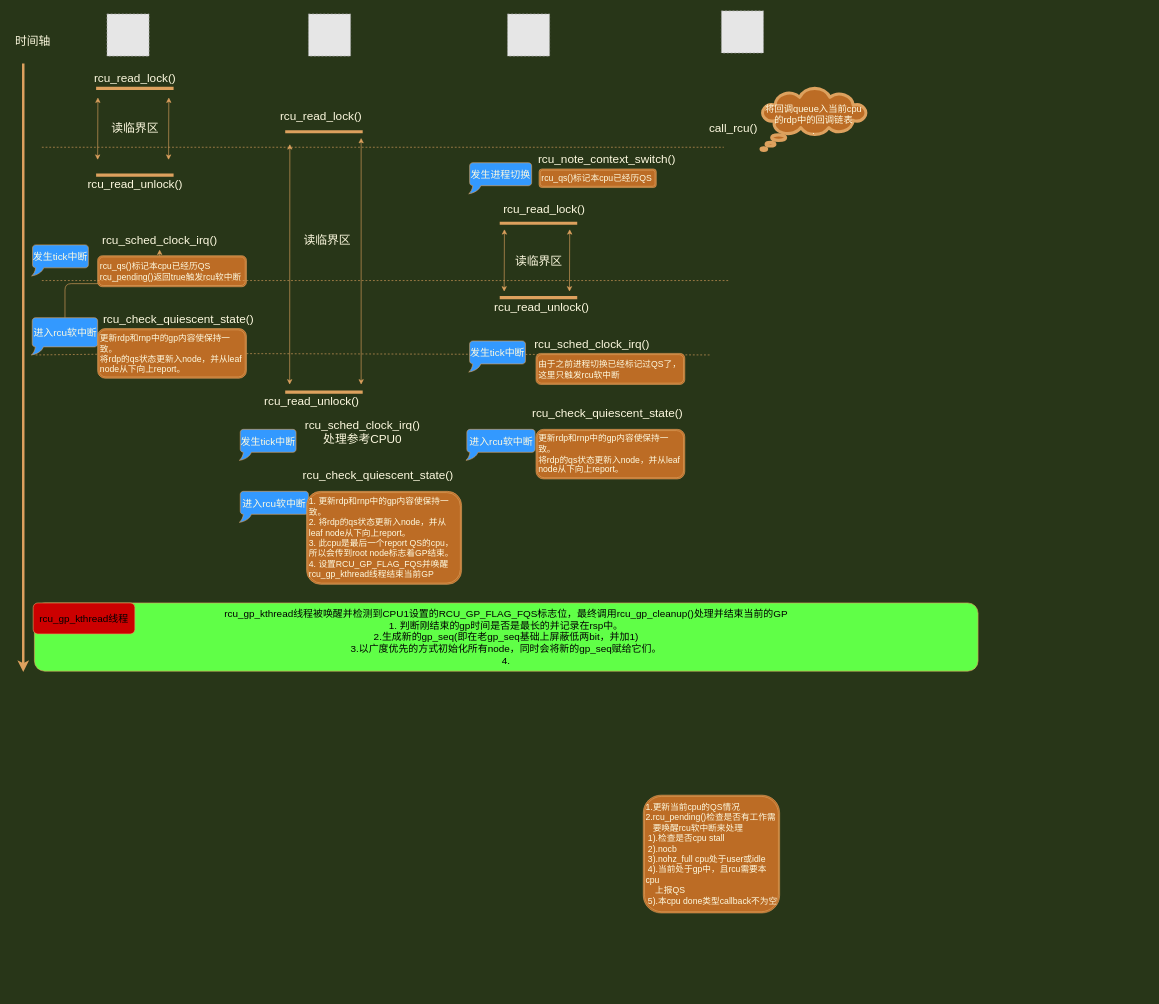
This is Untitled Diagram.drawio from YanfeiXu/LinuxerYann, a draw.io file, before an edit. Source tidied: cells renumbered, new cells numbered last; positions are measured from the earlier drawing's top-left corner, leaving out a move shared by most shapes. Both pictures are drawn from the tidied source at 62%, with x=0, y=0 at pixel (11, 11). Pictures stored in the file or linked from it are replaced by grey dashed boxes.
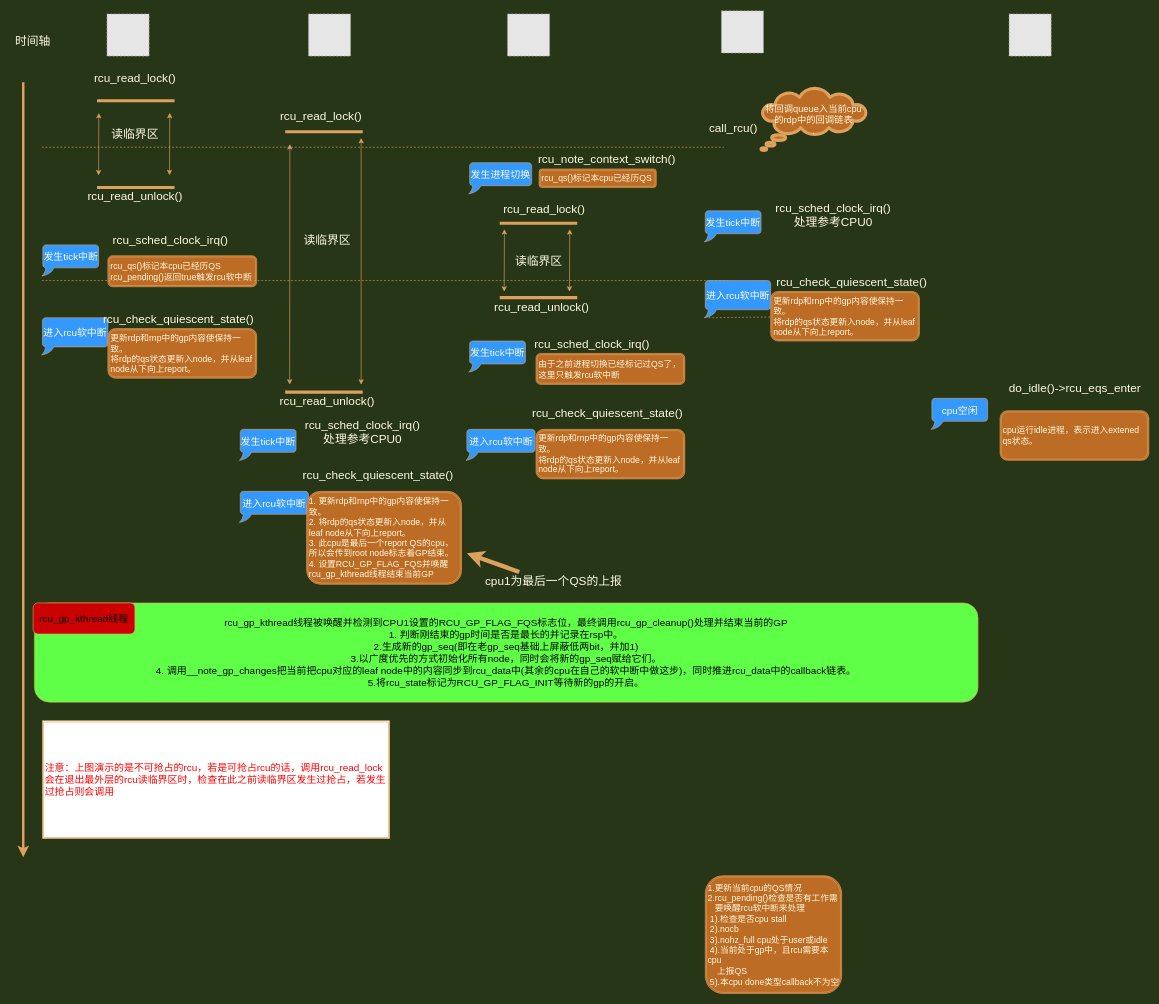
The same diagram, later.

Diff of the diagram source:
```diff
@@
     <mxCell id="2" style="shape=partialRectangle;whiteSpace=wrap;html=1;left=0;right=0;fillColor=none;rounded=0;sketch=0;fontColor=#FEFAE0;strokeColor=#DDA15E;strokeWidth=5;" parent="1" vertex="1">
-      <mxGeometry x="140" y="125" width="120" height="140" as="geometry" />
+      <mxGeometry x="141.5" y="145" width="120" height="140" as="geometry" />
     </mxCell>
     <mxCell id="3" value="读临界区" style="text;html=1;align=center;verticalAlign=middle;fillColor=none;strokeColor=none;rounded=0;sketch=0;fontColor=#FEFAE0;fontSize=19;" parent="1" vertex="1">
-      <mxGeometry x="155" y="175" width="90" height="30" as="geometry" />
+      <mxGeometry x="155" y="185" width="90" height="30" as="geometry" />
     </mxCell>
@@
     <mxCell id="7" value="rcu_read_unlock()" style="text;html=1;align=center;verticalAlign=middle;fillColor=none;strokeColor=none;rounded=0;sketch=0;fontColor=#FEFAE0;fontSize=19;" parent="1" vertex="1">
-      <mxGeometry x="115" y="265" width="170" height="30" as="geometry" />
+      <mxGeometry x="115" y="285" width="170" height="30" as="geometry" />
     </mxCell>
@@
     <mxCell id="9" style="endArrow=classic;html=1;fontSize=13;fontColor=#FEFAE0;fillColor=#BC6C25;strokeWidth=4;strokeColor=#DDA15E;labelBackgroundColor=#283618;" parent="1" edge="1">
       <mxGeometry relative="1" as="geometry">
-        <mxPoint x="20" y="85" as="sourcePoint" />
-        <mxPoint x="20" y="1066.4" as="targetPoint" />
+        <mxPoint x="20" y="115" as="sourcePoint" />
+        <mxPoint x="20" y="1365" as="targetPoint" />
       </mxGeometry>
     </mxCell>
@@
     <mxCell id="11" value="发生tick中断" style="whiteSpace=wrap;html=1;shape=mxgraph.basic.roundRectCallout;dx=7.8;dy=13;size=5;boundedLbl=1;rounded=0;sketch=0;fontColor=#FEFAE0;strokeColor=#DDA15E;fontSize=16;fillColor=#3399FF;" parent="1" vertex="1">
-      <mxGeometry x="35" y="377.5" width="90" height="50" as="geometry" />
+      <mxGeometry x="51.5" y="377.5" width="90" height="50" as="geometry" />
     </mxCell>
     <mxCell id="12" value="rcu_sched_clock_irq()" style="text;html=1;align=center;verticalAlign=middle;points=[];fillColor=none;strokeColor=none;rounded=0;sketch=0;fontColor=#FEFAE0;fontSize=19;" parent="1" vertex="1">
-      <mxGeometry x="140" y="355" width="200" height="30" as="geometry" />
+      <mxGeometry x="156.5" y="355" width="200" height="30" as="geometry" />
     </mxCell>
     <mxCell id="13" value="&lt;span style=&quot;font-size: 14px&quot;&gt;1.更新当前cpu的QS情况&lt;/span&gt;&lt;br style=&quot;font-size: 14px&quot;&gt;&lt;span style=&quot;font-size: 14px&quot;&gt;2.rcu_pending()检查是否有工作需&lt;br&gt;&amp;nbsp; &amp;nbsp;要唤醒rcu软中断来处理&lt;br&gt;&amp;nbsp;1).检查是否cpu stall&lt;br&gt;&amp;nbsp;2).nocb&lt;br&gt;&amp;nbsp;3).nohz_full cpu处于user或idle&lt;br&gt;&amp;nbsp;4).当前处于gp中，且rcu需要本cpu&lt;br&gt;&amp;nbsp; &amp;nbsp; 上报QS&lt;br&gt;&amp;nbsp;5).本cpu done类型callback不为空&lt;br&gt;&lt;/span&gt;" style="shape=ext;double=1;rounded=1;whiteSpace=wrap;html=1;sketch=0;fontColor=#FEFAE0;strokeColor=#DDA15E;fillColor=#BC6C25;align=left;" parent="1" vertex="1">
-      <mxGeometry x="1020" y="1265" width="220" height="190" as="geometry" />
+      <mxGeometry x="1120" y="1395" width="220" height="190" as="geometry" />
     </mxCell>
-    <mxCell id="14" style="endArrow=none;dashed=1;html=1;fontSize=19;fontColor=#FEFAE0;strokeColor=#DDA15E;fillColor=#BC6C25;labelBackgroundColor=#283618;startArrow=none;" parent="1" edge="1" source="38">
-      <mxGeometry relative="1" as="geometry">
-        <mxPoint x="1130" y="555" as="targetPoint" />
-      </mxGeometry>
-    </mxCell>
-    <mxCell id="15" style="edgeStyle=orthogonalEdgeStyle;curved=0;rounded=1;sketch=0;jettySize=auto;html=1;fontSize=16;fontColor=#FEFAE0;strokeColor=#DDA15E;fillColor=#BC6C25;" parent="1" edge="1" source="16" target="12">
-      <mxGeometry relative="1" as="geometry" />
-    </mxCell>
     <mxCell id="16" value="进入rcu软中断" style="whiteSpace=wrap;html=1;shape=mxgraph.basic.roundRectCallout;dx=7.8;dy=13;size=5;boundedLbl=1;rounded=0;sketch=0;fontColor=#FEFAE0;strokeColor=#DDA15E;fontSize=16;fillColor=#3399FF;" parent="1" vertex="1">
-      <mxGeometry x="34.5" y="495" width="105.5" height="60" as="geometry" />
+      <mxGeometry x="51" y="495" width="105.5" height="60" as="geometry" />
     </mxCell>
@@
     <mxCell id="24" value="rcu_read_unlock()" style="text;html=1;align=center;verticalAlign=middle;fillColor=none;strokeColor=none;rounded=0;sketch=0;fontColor=#FEFAE0;fontSize=19;" parent="1" vertex="1">
-      <mxGeometry x="400" y="615" width="170" height="30" as="geometry" />
+      <mxGeometry x="425" y="615" width="170" height="30" as="geometry" />
     </mxCell>
@@
     <mxCell id="27" style="endArrow=classic;startArrow=classic;html=1;fontColor=#FEFAE0;strokeColor=#DDA15E;fillColor=#BC6C25;exitX=0.174;exitY=0.018;exitDx=0;exitDy=0;exitPerimeter=0;" parent="1" edge="1">
       <mxGeometry relative="1" as="geometry">
-        <mxPoint x="254.4" y="240.3" as="sourcePoint" />
-        <mxPoint x="254.8" y="139.7" as="targetPoint" />
+        <mxPoint x="255.9" y="265" as="sourcePoint" />
+        <mxPoint x="256.3" y="164.5" as="targetPoint" />
       </mxGeometry>
     </mxCell>
     <mxCell id="28" style="endArrow=classic;startArrow=classic;html=1;fontColor=#FEFAE0;strokeColor=#DDA15E;fillColor=#BC6C25;exitX=0.174;exitY=0.018;exitDx=0;exitDy=0;exitPerimeter=0;" parent="1" edge="1">
       <mxGeometry relative="1" as="geometry">
-        <mxPoint x="140" y="240.3" as="sourcePoint" />
-        <mxPoint x="140.4" y="139.7" as="targetPoint" />
+        <mxPoint x="141.5" y="265.3" as="sourcePoint" />
+        <mxPoint x="141.9" y="164.7" as="targetPoint" />
       </mxGeometry>
     </mxCell>
@@
     <mxCell id="36" value="&lt;span style=&quot;font-size: 14px&quot;&gt;rcu_qs()标记本cpu已经历QS&lt;br&gt;rcu_pending()返回true触发rcu软中断&lt;br&gt;&lt;/span&gt;" style="shape=ext;double=1;rounded=1;whiteSpace=wrap;html=1;sketch=0;fontColor=#FEFAE0;strokeColor=#DDA15E;fillColor=#BC6C25;align=left;" parent="1" vertex="1">
-      <mxGeometry x="140" y="395" width="240" height="50" as="geometry" />
+      <mxGeometry x="156.5" y="395" width="240" height="50" as="geometry" />
     </mxCell>
@@
     <mxCell id="38" value="&lt;font style=&quot;font-size: 14px&quot;&gt;更新rdp和rnp中的gp内容使保持一致。&lt;br&gt;将rdp的qs状态更新入node，并从leaf node从下向上report。&lt;/font&gt;" style="shape=ext;double=1;rounded=1;whiteSpace=wrap;html=1;sketch=0;fontColor=#FEFAE0;strokeColor=#DDA15E;fillColor=#BC6C25;align=left;" parent="1" vertex="1">
-      <mxGeometry x="140" y="512.5" width="240" height="80" as="geometry" />
+      <mxGeometry x="156.5" y="512.5" width="240" height="80" as="geometry" />
     </mxCell>
-    <mxCell id="39" style="endArrow=none;dashed=1;html=1;fontSize=19;fontColor=#FEFAE0;strokeColor=#DDA15E;fillColor=#BC6C25;labelBackgroundColor=#283618;" parent="1" edge="1" target="38">
-      <mxGeometry relative="1" as="geometry">
-        <mxPoint x="40" y="555" as="sourcePoint" />
-      </mxGeometry>
-    </mxCell>
@@
-    <mxCell id="54" value="&lt;font color=&quot;#000000&quot;&gt;rcu_gp_kthread线程被唤醒并检测到CPU1设置的RCU_GP_FLAG_FQS标志位，最终调用rcu_gp_cleanup()处理并结束当前的GP&lt;br&gt;1. 判断刚结束的gp时间是否是最长的并记录在rsp中。&lt;br&gt;&lt;div&gt;&lt;span&gt;2.生成新的gp_seq(即在老gp_seq基础上屏蔽低两bit，并加1)&lt;/span&gt;&lt;/div&gt;&lt;div&gt;&lt;span&gt;3.以广度优先的方式初始化所有node，同时会将新的gp_seq赋给它们。&lt;/span&gt;&lt;/div&gt;&lt;div&gt;&lt;span&gt;4.&lt;/span&gt;&lt;/div&gt;&lt;/font&gt;" style="rounded=1;whiteSpace=wrap;html=1;sketch=0;fontSize=16;strokeColor=#DDA15E;align=center;fillColor=#60FF47;fontColor=#33FFFF;" parent="1" vertex="1">
-      <mxGeometry x="38" y="955" width="1522" height="110" as="geometry" />
+    <mxCell id="54" value="&lt;font color=&quot;#000000&quot;&gt;rcu_gp_kthread线程被唤醒并检测到CPU1设置的RCU_GP_FLAG_FQS标志位，最终调用rcu_gp_cleanup()处理并结束当前的GP&lt;br&gt;1. 判断刚结束的gp时间是否是最长的并记录在rsp中。&lt;br&gt;&lt;div&gt;&lt;span&gt;2.生成新的gp_seq(即在老gp_seq基础上屏蔽低两bit，并加1)&lt;/span&gt;&lt;/div&gt;&lt;div&gt;&lt;span&gt;3.以广度优先的方式初始化所有node，同时会将新的gp_seq赋给它们。&lt;/span&gt;&lt;/div&gt;&lt;div&gt;&lt;span&gt;4. 调用__note_gp_changes把当前把cpu对应的leaf node中的内容同步到rcu_data中(其余的cpu在自己的软中断中做这步)，同时推进rcu_data中的callback链表。&lt;/span&gt;&lt;/div&gt;&lt;div&gt;&lt;span&gt;5.将rcu_state标记为RCU_GP_FLAG_INIT等待新的gp的开启。&lt;/span&gt;&lt;/div&gt;&lt;/font&gt;" style="rounded=1;whiteSpace=wrap;html=1;sketch=0;fontSize=16;strokeColor=#DDA15E;align=center;fillColor=#60FF47;fontColor=#33FFFF;" parent="1" vertex="1">
+      <mxGeometry x="38" y="955" width="1522" height="160" as="geometry" />
     </mxCell>
@@
+    <mxCell id="56" value="发生tick中断" style="whiteSpace=wrap;html=1;shape=mxgraph.basic.roundRectCallout;dx=7.8;dy=13;size=5;boundedLbl=1;rounded=0;sketch=0;fontColor=#FEFAE0;strokeColor=#DDA15E;fontSize=16;fillColor=#3399FF;" parent="1" vertex="1">
+      <mxGeometry x="1120" y="322.5" width="90" height="50" as="geometry" />
+    </mxCell>
+    <mxCell id="57" value="进入rcu软中断" style="whiteSpace=wrap;html=1;shape=mxgraph.basic.roundRectCallout;dx=7.8;dy=13;size=5;boundedLbl=1;rounded=0;sketch=0;fontColor=#FEFAE0;strokeColor=#DDA15E;fontSize=16;fillColor=#3399FF;" parent="1" vertex="1">
+      <mxGeometry x="1120" y="435" width="105.5" height="60" as="geometry" />
+    </mxCell>
+    <mxCell id="58" value="rcu_check_quiescent_state()" style="text;html=1;align=center;verticalAlign=middle;fillColor=none;strokeColor=none;rounded=0;sketch=0;fontColor=#FEFAE0;fontSize=19;" parent="1" vertex="1">
+      <mxGeometry x="1225.5" y="422.5" width="260" height="30" as="geometry" />
+    </mxCell>
+    <mxCell id="59" value="&lt;font style=&quot;font-size: 14px&quot;&gt;更新rdp和rnp中的gp内容使保持一致。&lt;br&gt;将rdp的qs状态更新入node，并从leaf node从下向上report。&lt;/font&gt;" style="shape=ext;double=1;rounded=1;whiteSpace=wrap;html=1;sketch=0;fontColor=#FEFAE0;strokeColor=#DDA15E;fillColor=#BC6C25;align=left;" parent="1" vertex="1">
+      <mxGeometry x="1225.5" y="452.5" width="240" height="80" as="geometry" />
+    </mxCell>
+    <mxCell id="60" style="endArrow=none;dashed=1;html=1;fontSize=19;fontColor=#FEFAE0;strokeColor=#DDA15E;fillColor=#BC6C25;labelBackgroundColor=#283618;" parent="1" edge="1" target="59">
+      <mxGeometry relative="1" as="geometry">
+        <mxPoint x="1125.5" y="495" as="sourcePoint" />
+      </mxGeometry>
+    </mxCell>
+    <mxCell id="61" value="注意：上图演示的是不可抢占的rcu，若是可抢占rcu的话，调用rcu_read_lock会在退出最外层的rcu读临界区时，检查在此之前读临界区发生过抢占，若发生过抢占则会调用" style="shape=ext;double=1;rounded=0;whiteSpace=wrap;html=1;sketch=0;fontSize=16;fontColor=#FF0000;strokeColor=#DDA15E;align=left;fillColor=#FFFFFF;" parent="1" vertex="1">
+      <mxGeometry x="51" y="1145" width="560" height="190" as="geometry" />
+    </mxCell>
+    <mxCell id="62" value="rcu_sched_clock_irq()&lt;br&gt;处理参考CPU0" style="text;html=1;align=center;verticalAlign=middle;fillColor=none;strokeColor=none;rounded=0;sketch=0;fontColor=#FEFAE0;fontSize=19;" parent="1" vertex="1">
+      <mxGeometry x="1225.5" y="305" width="200" height="50" as="geometry" />
+    </mxCell>
+    <mxCell id="63" style="endArrow=classic;html=1;fontSize=16;fontColor=#FF0000;strokeColor=#DDA15E;fillColor=#BC6C25;strokeWidth=7;" parent="1" edge="1">
+      <mxGeometry relative="1" as="geometry">
+        <mxPoint x="820" y="905" as="sourcePoint" />
+        <mxPoint x="735.5" y="875" as="targetPoint" />
+      </mxGeometry>
+    </mxCell>
+    <mxCell id="64" value="cpu1为最后一个QS的上报" style="text;html=1;align=center;verticalAlign=middle;fillColor=none;strokeColor=none;rounded=0;sketch=0;fontColor=#FEFAE0;fontSize=19;" parent="1" vertex="1">
+      <mxGeometry x="760" y="905" width="230" height="30" as="geometry" />
+    </mxCell>
+    <mxCell id="65" style="fillColor=#E6E6E6;strokeColor=#999999;dashed=1;html=1;verticalAlign=top;verticalLabelPosition=bottom;labelBackgroundColor=#ffffff;fontColor=#FEFAE0;align=left;" parent="1" vertex="1">
+      <mxGeometry x="1610" y="5" width="68" height="68" as="geometry" />
+    </mxCell>
+    <mxCell id="66" value="do_idle()-&amp;gt;rcu_eqs_enter" style="text;html=1;align=center;verticalAlign=middle;fillColor=none;strokeColor=none;rounded=0;sketch=0;fontColor=#FEFAE0;fontSize=19;" parent="1" vertex="1">
+      <mxGeometry x="1600.5" y="595" width="230" height="30" as="geometry" />
+    </mxCell>
+    <mxCell id="67" value="cpu空闲" style="whiteSpace=wrap;html=1;shape=mxgraph.basic.roundRectCallout;dx=7.8;dy=13;size=5;boundedLbl=1;rounded=0;sketch=0;fontColor=#FEFAE0;strokeColor=#DDA15E;fontSize=16;fillColor=#3399FF;" parent="1" vertex="1">
+      <mxGeometry x="1485.5" y="625" width="90" height="50" as="geometry" />
+    </mxCell>
+    <mxCell id="68" value="&lt;span style=&quot;font-size: 14px&quot;&gt;cpu运行idle进程，表示进入extened qs状态。&lt;/span&gt;" style="shape=ext;double=1;rounded=1;whiteSpace=wrap;html=1;sketch=0;fontColor=#FEFAE0;strokeColor=#DDA15E;fillColor=#BC6C25;align=left;" parent="1" vertex="1">
+      <mxGeometry x="1595.5" y="645" width="240" height="80" as="geometry" />
+    </mxCell>
```
